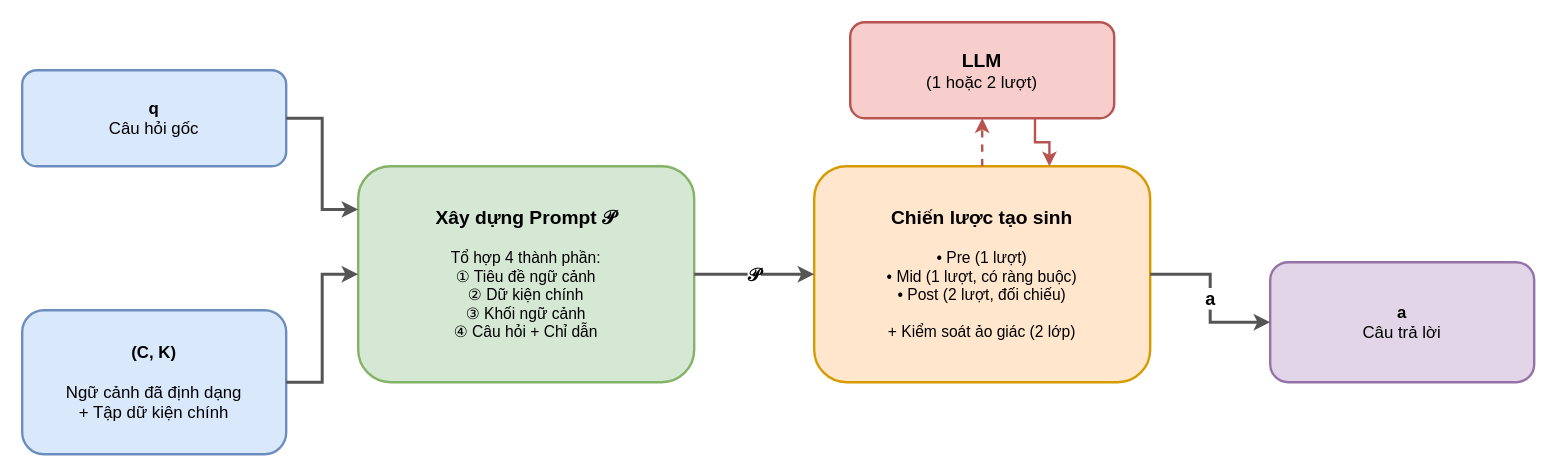
Above: thesis/figures/c3/g_generation_overview.drawio in BlackRose484/GraphRAG (draw.io), before the change. Source tidied: cells renumbered, new cells numbered last; positions are measured from the earlier drawing's top-left corner, leaving out a move shared by most shapes. Both pictures are drawn from the tidied source at 120%, with x=0, y=0 at pixel (22, 22).
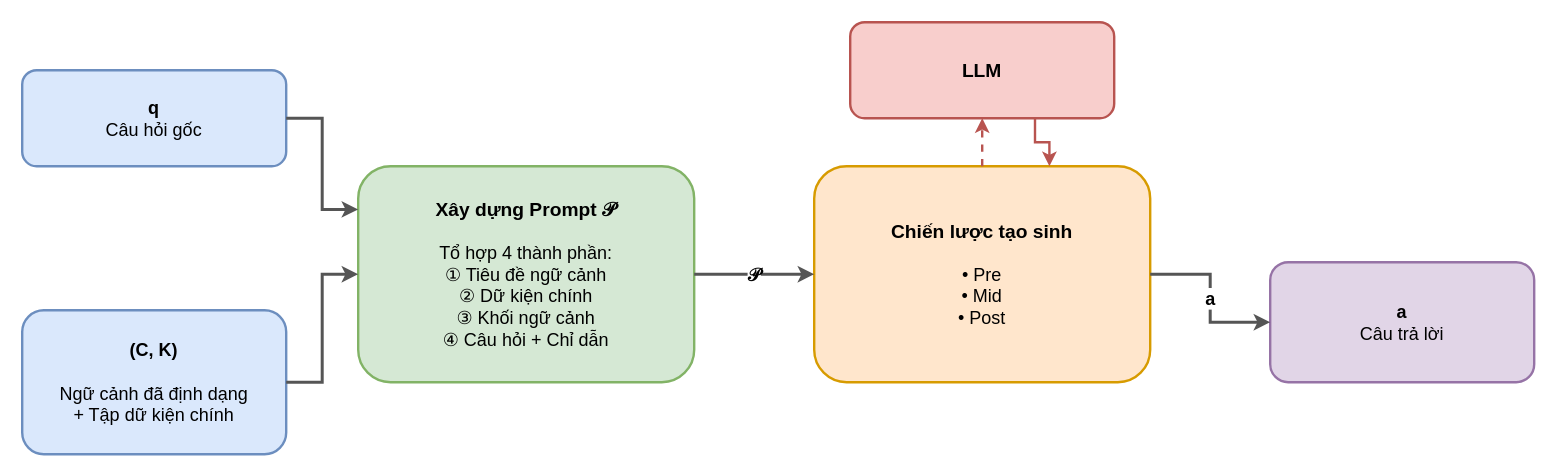
After the change.

What changed in the source:
```diff
@@
 <mxGraphModel>
   <root>
     <mxCell id="0" />
     <mxCell id="1" parent="0" />
-    <mxCell id="2" value="&lt;b&gt;(C, K)&lt;/b&gt;&lt;br&gt;&lt;br&gt;Ngữ cảnh đã định dạng&lt;br&gt;+ Tập dữ kiện chính" style="rounded=1;whiteSpace=wrap;html=1;fillColor=#dae8fc;strokeColor=#6c8ebf;strokeWidth=2;fontSize=14;align=center;verticalAlign=middle;" parent="1" vertex="1">
+    <mxCell id="2" value="&lt;b&gt;(C, K)&lt;/b&gt;&lt;br&gt;&lt;br&gt;Ngữ cảnh đã định dạng&lt;br&gt;+ Tập dữ kiện chính" style="rounded=1;whiteSpace=wrap;html=1;fillColor=#dae8fc;strokeColor=#6c8ebf;strokeWidth=2;fontSize=15;align=center;verticalAlign=middle;" parent="1" vertex="1">
       <mxGeometry y="240" width="220" height="120" as="geometry" />
     </mxCell>
-    <mxCell id="3" value="&lt;b style=&quot;font-size:16px&quot;&gt;Xây dựng Prompt 𝒫&lt;/b&gt;&lt;br&gt;&lt;br&gt;Tổ hợp 4 thành phần:&lt;br&gt;① Tiêu đề ngữ cảnh&lt;br&gt;② Dữ kiện chính&lt;br&gt;③ Khối ngữ cảnh&lt;br&gt;④ Câu hỏi + Chỉ dẫn" style="rounded=1;whiteSpace=wrap;html=1;fillColor=#d5e8d4;strokeColor=#82b366;strokeWidth=2;fontSize=13;align=center;verticalAlign=middle;" parent="1" vertex="1">
+    <mxCell id="3" value="&lt;b style=&quot;font-size:16px&quot;&gt;Xây dựng Prompt 𝒫&lt;/b&gt;&lt;br&gt;&lt;br&gt;Tổ hợp 4 thành phần:&lt;br&gt;① Tiêu đề ngữ cảnh&lt;br&gt;② Dữ kiện chính&lt;br&gt;③ Khối ngữ cảnh&lt;br&gt;④ Câu hỏi + Chỉ dẫn" style="rounded=1;whiteSpace=wrap;html=1;fillColor=#d5e8d4;strokeColor=#82b366;strokeWidth=2;fontSize=15;align=center;verticalAlign=middle;" parent="1" vertex="1">
       <mxGeometry x="280" y="120" width="280" height="180" as="geometry" />
     </mxCell>
-    <mxCell id="4" value="&lt;b&gt;q&lt;/b&gt;&lt;br&gt;Câu hỏi gốc" style="rounded=1;whiteSpace=wrap;html=1;fillColor=#dae8fc;strokeColor=#6c8ebf;strokeWidth=2;fontSize=14;align=center;verticalAlign=middle;" parent="1" vertex="1">
+    <mxCell id="4" value="&lt;b&gt;q&lt;/b&gt;&lt;br&gt;Câu hỏi gốc" style="rounded=1;whiteSpace=wrap;html=1;fillColor=#dae8fc;strokeColor=#6c8ebf;strokeWidth=2;fontSize=15;align=center;verticalAlign=middle;" parent="1" vertex="1">
       <mxGeometry y="40" width="220" height="80" as="geometry" />
     </mxCell>
-    <mxCell id="5" value="&lt;b style=&quot;font-size:16px&quot;&gt;Chiến lược tạo sinh&lt;/b&gt;&lt;br&gt;&lt;br&gt;• Pre (1 lượt)&lt;br&gt;• Mid (1 lượt, có ràng buộc)&lt;br&gt;• Post (2 lượt, đối chiếu)&lt;br&gt;&lt;br&gt;+ Kiểm soát ảo giác (2 lớp)" style="rounded=1;whiteSpace=wrap;html=1;fillColor=#ffe6cc;strokeColor=#d79b00;strokeWidth=2;fontSize=13;align=center;verticalAlign=middle;" parent="1" vertex="1">
+    <mxCell id="5" value="&lt;b style=&quot;font-size:16px&quot;&gt;Chiến lược tạo sinh&lt;/b&gt;&lt;br&gt;&lt;br&gt;• Pre&lt;br&gt;• Mid&lt;br&gt;• Post" style="rounded=1;whiteSpace=wrap;html=1;fillColor=#ffe6cc;strokeColor=#d79b00;strokeWidth=2;fontSize=15;align=center;verticalAlign=middle;" parent="1" vertex="1">
       <mxGeometry x="660" y="120" width="280" height="180" as="geometry" />
     </mxCell>
-    <mxCell id="6" value="&lt;b style=&quot;font-size:16px&quot;&gt;LLM&lt;/b&gt;&lt;br&gt;(1 hoặc 2 lượt)" style="rounded=1;whiteSpace=wrap;html=1;fillColor=#f8cecc;strokeColor=#b85450;strokeWidth=2;fontSize=14;align=center;verticalAlign=middle;" parent="1" vertex="1">
+    <mxCell id="6" value="&lt;b style=&quot;font-size:16px&quot;&gt;LLM&lt;/b&gt;" style="rounded=1;whiteSpace=wrap;html=1;fillColor=#f8cecc;strokeColor=#b85450;strokeWidth=2;fontSize=15;align=center;verticalAlign=middle;" parent="1" vertex="1">
       <mxGeometry x="690" width="220" height="80" as="geometry" />
     </mxCell>
-    <mxCell id="7" value="&lt;b&gt;a&lt;/b&gt;&lt;br&gt;Câu trả lời" style="rounded=1;whiteSpace=wrap;html=1;fillColor=#e1d5e7;strokeColor=#9673a6;strokeWidth=2;fontSize=14;align=center;verticalAlign=middle;" parent="1" vertex="1">
+    <mxCell id="7" value="&lt;b&gt;a&lt;/b&gt;&lt;br&gt;Câu trả lời" style="rounded=1;whiteSpace=wrap;html=1;fillColor=#e1d5e7;strokeColor=#9673a6;strokeWidth=2;fontSize=15;align=center;verticalAlign=middle;" parent="1" vertex="1">
       <mxGeometry x="1040" y="200" width="220" height="100" as="geometry" />
     </mxCell>
     <mxCell id="8" style="endArrow=classic;html=1;rounded=0;edgeStyle=orthogonalEdgeStyle;strokeColor=#555555;strokeWidth=2.5;exitX=1;exitY=0.5;exitDx=0;exitDy=0;entryX=0;entryY=0.5;entryDx=0;entryDy=0;" parent="1" edge="1" source="2" target="3">
       <mxGeometry relative="1" as="geometry" />
     </mxCell>
     <mxCell id="9" style="endArrow=classic;html=1;rounded=0;edgeStyle=orthogonalEdgeStyle;strokeColor=#555555;strokeWidth=2.5;exitX=1;exitY=0.5;exitDx=0;exitDy=0;entryX=0;entryY=0.2;entryDx=0;entryDy=0;" parent="1" edge="1" source="4" target="3">
       <mxGeometry relative="1" as="geometry" />
     </mxCell>
     <mxCell id="10" value="𝒫" style="endArrow=classic;html=1;rounded=0;strokeColor=#555555;strokeWidth=2.5;fontSize=15;fontStyle=1;exitX=1;exitY=0.5;exitDx=0;exitDy=0;entryX=0;entryY=0.5;entryDx=0;entryDy=0;" parent="1" edge="1" source="3" target="5">
       <mxGeometry relative="1" as="geometry" />
     </mxCell>
     <mxCell id="11" style="endArrow=classic;html=1;rounded=0;edgeStyle=orthogonalEdgeStyle;strokeColor=#b85450;strokeWidth=2;dashed=1;exitX=0.5;exitY=0;exitDx=0;exitDy=0;entryX=0.5;entryY=1;entryDx=0;entryDy=0;" parent="1" edge="1" source="5" target="6">
       <mxGeometry relative="1" as="geometry" />
     </mxCell>
     <mxCell id="12" style="endArrow=classic;html=1;rounded=0;edgeStyle=orthogonalEdgeStyle;strokeColor=#b85450;strokeWidth=2;exitX=0.7;exitY=1;exitDx=0;exitDy=0;entryX=0.7;entryY=0;entryDx=0;entryDy=0;" parent="1" edge="1" source="6" target="5">
       <mxGeometry relative="1" as="geometry" />
     </mxCell>
     <mxCell id="13" value="a" style="endArrow=classic;html=1;rounded=0;edgeStyle=orthogonalEdgeStyle;strokeColor=#555555;strokeWidth=2.5;fontSize=15;fontStyle=1;exitX=1;exitY=0.5;exitDx=0;exitDy=0;entryX=0;entryY=0.5;entryDx=0;entryDy=0;" parent="1" edge="1" source="5" target="7">
       <mxGeometry relative="1" as="geometry" />
     </mxCell>
   </root>
 </mxGraphModel>
```
